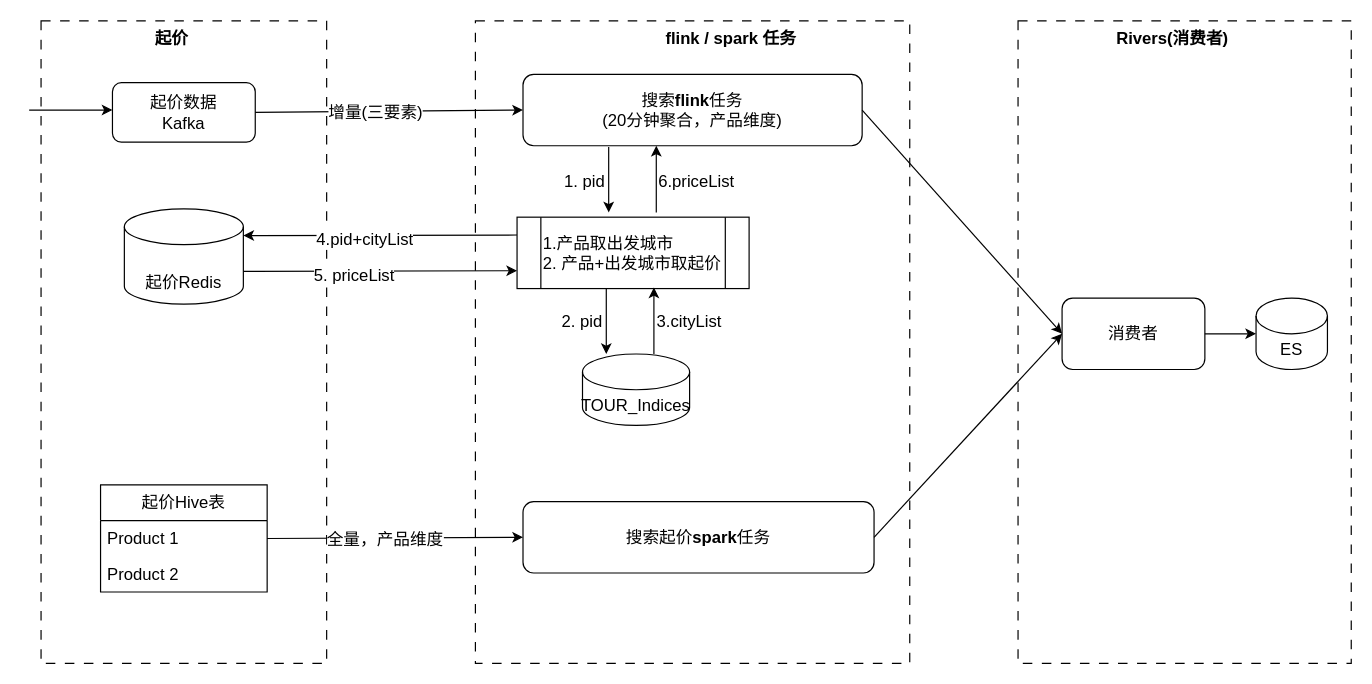
Above: 索引起价更新.drawio in haiyang1985/draw-io (draw.io), before the change. Source tidied: cells renumbered, new cells numbered last; positions are measured from the earlier drawing's top-left corner, leaving out a move shared by most shapes. Both pictures are drawn from the tidied source at 119%, with x=0, y=0 at pixel (29, 20).
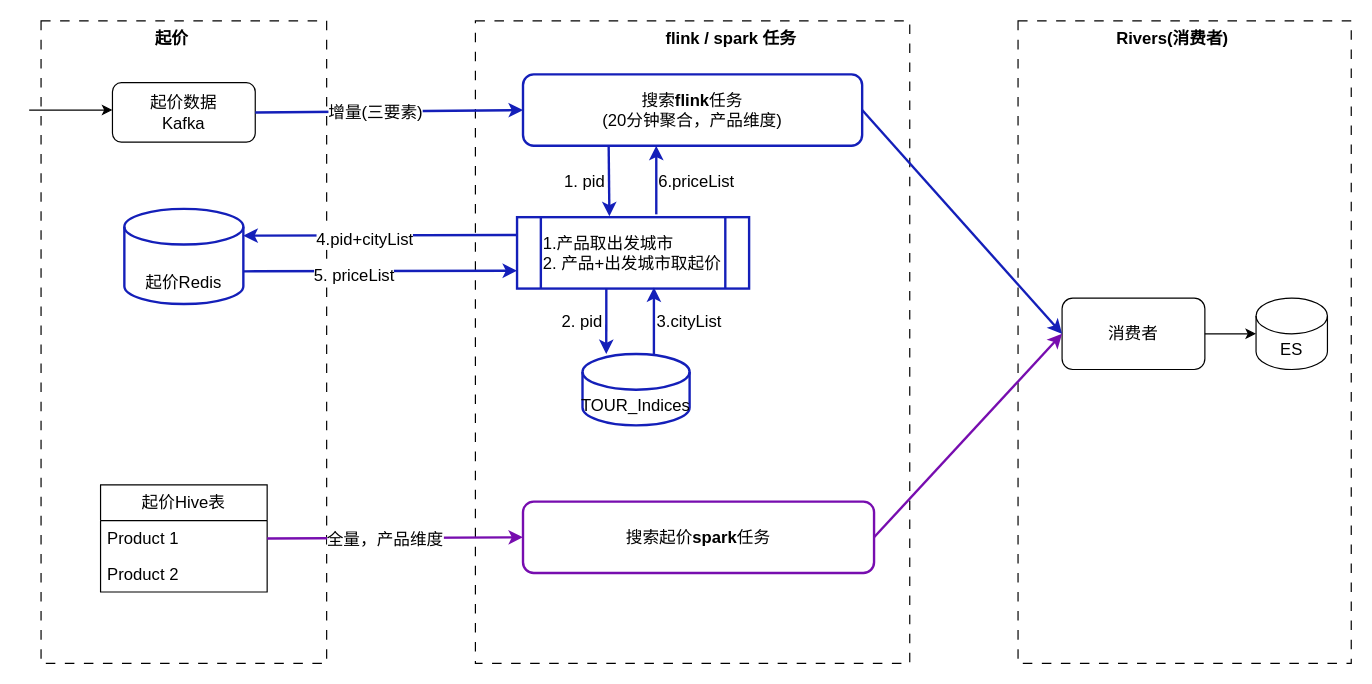
The same diagram, later.

Commit message:
更新索引起价更新.drawio

The change refers to these unchanged cells:
```xml
<mxCell id="8" value="起价数据&lt;div&gt;Kafka&lt;/div&gt;" style="rounded=1;whiteSpace=wrap;html=1;fontSize=14;" parent="1" vertex="1">
  <mxGeometry x="70" y="52" width="120" height="50" as="geometry" />
</mxCell>
<mxCell id="13" value="消费者" style="rounded=1;whiteSpace=wrap;html=1;fontSize=14;" parent="1" vertex="1">
  <mxGeometry x="868" y="233" width="120" height="60" as="geometry" />
</mxCell>
<mxCell id="33" value="Product 1" style="text;strokeColor=none;fillColor=none;align=left;verticalAlign=middle;spacingLeft=4;spacingRight=4;overflow=hidden;points=[[0,0.5],[1,0.5]];portConstraint=eastwest;whiteSpace=wrap;html=1;fontSize=14;" parent="32" vertex="1">
  <mxGeometry y="30" width="140" height="30" as="geometry" />
</mxCell>
```

Diff of the diagram source:
```diff
@@
-    <mxCell id="9" value="搜索&lt;b&gt;flink&lt;/b&gt;任务&lt;div&gt;(20分钟聚合，产品维度)&lt;/div&gt;" style="rounded=1;whiteSpace=wrap;html=1;fontSize=14;" parent="1" vertex="1">
+    <mxCell id="9" value="搜索&lt;b&gt;flink&lt;/b&gt;任务&lt;div&gt;(20分钟聚合，产品维度)&lt;/div&gt;" style="rounded=1;whiteSpace=wrap;html=1;fontSize=14;strokeColor=light-dark(#141FB9,#EDEDED);strokeWidth=2;" parent="1" vertex="1">
       <mxGeometry x="415" y="45" width="285" height="60" as="geometry" />
     </mxCell>
-    <mxCell id="10" style="endArrow=classic;html=1;rounded=0;exitX=1;exitY=0.5;exitDx=0;exitDy=0;entryX=0;entryY=0.5;entryDx=0;entryDy=0;fontSize=14;" parent="1" edge="1" source="8" target="9">
+    <mxCell id="10" style="endArrow=classic;html=1;rounded=0;exitX=1;exitY=0.5;exitDx=0;exitDy=0;entryX=0;entryY=0.5;entryDx=0;entryDy=0;fontSize=14;strokeColor=light-dark(#141FB9,#EDEDED);strokeWidth=2;" parent="1" edge="1" source="8" target="9">
       <mxGeometry relative="1" as="geometry" />
     </mxCell>
@@
-    <mxCell id="14" style="endArrow=classic;html=1;rounded=0;exitX=1;exitY=0.5;exitDx=0;exitDy=0;entryX=0;entryY=0.5;entryDx=0;entryDy=0;fontSize=14;" parent="1" edge="1" source="9" target="13">
+    <mxCell id="14" style="endArrow=classic;html=1;rounded=0;exitX=1;exitY=0.5;exitDx=0;exitDy=0;entryX=0;entryY=0.5;entryDx=0;entryDy=0;fontSize=14;strokeColor=light-dark(#141FB9,#EDEDED);strokeWidth=2;" parent="1" edge="1" source="9" target="13">
       <mxGeometry relative="1" as="geometry" />
     </mxCell>
@@
-    <mxCell id="16" value="&lt;div&gt;&lt;div class=&quot;old-record-id-NbmhdIVokoazy3xnzICccXbInMe&quot;&gt;TOUR_Indices&lt;/div&gt;&lt;/div&gt;&lt;span data-lark-record-data=&quot;{&amp;quot;rootId&amp;quot;:&amp;quot;E3Tqdnlf3o5lEfxBQr9c95AwnEf&amp;quot;,&amp;quot;text&amp;quot;:{&amp;quot;initialAttributedTexts&amp;quot;:{&amp;quot;text&amp;quot;:{&amp;quot;0&amp;quot;:&amp;quot;TOUR_Indices&amp;quot;},&amp;quot;attribs&amp;quot;:{&amp;quot;0&amp;quot;:&amp;quot;*0+c&amp;quot;}},&amp;quot;apool&amp;quot;:{&amp;quot;numToAttrib&amp;quot;:{&amp;quot;0&amp;quot;:[&amp;quot;author&amp;quot;,&amp;quot;7514862704348151811&amp;quot;]},&amp;quot;nextNum&amp;quot;:1}},&amp;quot;type&amp;quot;:&amp;quot;text&amp;quot;,&amp;quot;referenceRecordMap&amp;quot;:{},&amp;quot;extra&amp;quot;:{&amp;quot;channel&amp;quot;:&amp;quot;saas&amp;quot;,&amp;quot;isEqualBlockSelection&amp;quot;:false,&amp;quot;pasteRandomId&amp;quot;:&amp;quot;73dc063c-bffc-431a-b55b-ae562a93a724&amp;quot;,&amp;quot;mention_page_title&amp;quot;:{},&amp;quot;external_mention_url&amp;quot;:{}},&amp;quot;isKeepQuoteContainer&amp;quot;:false,&amp;quot;isFromCode&amp;quot;:false,&amp;quot;selection&amp;quot;:[{&amp;quot;id&amp;quot;:161,&amp;quot;type&amp;quot;:&amp;quot;text&amp;quot;,&amp;quot;selection&amp;quot;:{&amp;quot;start&amp;quot;:20,&amp;quot;end&amp;quot;:32},&amp;quot;recordId&amp;quot;:&amp;quot;NbmhdIVokoazy3xnzICccXbInMe&amp;quot;}],&amp;quot;payloadMap&amp;quot;:{},&amp;quot;isCut&amp;quot;:false}&quot; class=&quot;lark-record-clipboard&quot;&gt;&lt;/span&gt;" style="shape=cylinder3;whiteSpace=wrap;html=1;boundedLbl=1;backgroundOutline=1;size=15;fontSize=14;" parent="1" vertex="1">
+    <mxCell id="16" value="&lt;div&gt;&lt;div class=&quot;old-record-id-NbmhdIVokoazy3xnzICccXbInMe&quot;&gt;TOUR_Indices&lt;/div&gt;&lt;/div&gt;&lt;span data-lark-record-data=&quot;{&amp;quot;rootId&amp;quot;:&amp;quot;E3Tqdnlf3o5lEfxBQr9c95AwnEf&amp;quot;,&amp;quot;text&amp;quot;:{&amp;quot;initialAttributedTexts&amp;quot;:{&amp;quot;text&amp;quot;:{&amp;quot;0&amp;quot;:&amp;quot;TOUR_Indices&amp;quot;},&amp;quot;attribs&amp;quot;:{&amp;quot;0&amp;quot;:&amp;quot;*0+c&amp;quot;}},&amp;quot;apool&amp;quot;:{&amp;quot;numToAttrib&amp;quot;:{&amp;quot;0&amp;quot;:[&amp;quot;author&amp;quot;,&amp;quot;7514862704348151811&amp;quot;]},&amp;quot;nextNum&amp;quot;:1}},&amp;quot;type&amp;quot;:&amp;quot;text&amp;quot;,&amp;quot;referenceRecordMap&amp;quot;:{},&amp;quot;extra&amp;quot;:{&amp;quot;channel&amp;quot;:&amp;quot;saas&amp;quot;,&amp;quot;isEqualBlockSelection&amp;quot;:false,&amp;quot;pasteRandomId&amp;quot;:&amp;quot;73dc063c-bffc-431a-b55b-ae562a93a724&amp;quot;,&amp;quot;mention_page_title&amp;quot;:{},&amp;quot;external_mention_url&amp;quot;:{}},&amp;quot;isKeepQuoteContainer&amp;quot;:false,&amp;quot;isFromCode&amp;quot;:false,&amp;quot;selection&amp;quot;:[{&amp;quot;id&amp;quot;:161,&amp;quot;type&amp;quot;:&amp;quot;text&amp;quot;,&amp;quot;selection&amp;quot;:{&amp;quot;start&amp;quot;:20,&amp;quot;end&amp;quot;:32},&amp;quot;recordId&amp;quot;:&amp;quot;NbmhdIVokoazy3xnzICccXbInMe&amp;quot;}],&amp;quot;payloadMap&amp;quot;:{},&amp;quot;isCut&amp;quot;:false}&quot; class=&quot;lark-record-clipboard&quot;&gt;&lt;/span&gt;" style="shape=cylinder3;whiteSpace=wrap;html=1;boundedLbl=1;backgroundOutline=1;size=15;fontSize=14;strokeWidth=2;strokeColor=light-dark(#141FB9,#EDEDED);" parent="1" vertex="1">
       <mxGeometry x="465" y="280" width="90" height="60" as="geometry" />
     </mxCell>
-    <mxCell id="17" value="&lt;div&gt;&lt;div class=&quot;old-record-id-NbmhdIVokoazy3xnzICccXbInMe&quot;&gt;&lt;div&gt;&lt;div class=&quot;old-record-id-LIoNdeA58oORJnxvpQgcXSyWnAw&quot;&gt;&lt;span&gt;&lt;font style=&quot;color: rgb(0, 0, 0);&quot;&gt;&lt;br&gt;&lt;/font&gt;&lt;/span&gt;&lt;/div&gt;&lt;div class=&quot;old-record-id-LIoNdeA58oORJnxvpQgcXSyWnAw&quot;&gt;&lt;span&gt;&lt;font style=&quot;color: rgb(0, 0, 0);&quot;&gt;起价Redis&lt;/font&gt;&lt;/span&gt;&lt;/div&gt;&lt;/div&gt;&lt;span data-lark-record-data=&quot;{&amp;quot;rootId&amp;quot;:&amp;quot;E3Tqdnlf3o5lEfxBQr9c95AwnEf&amp;quot;,&amp;quot;text&amp;quot;:{&amp;quot;initialAttributedTexts&amp;quot;:{&amp;quot;text&amp;quot;:{&amp;quot;0&amp;quot;:&amp;quot;TOUR_PRICEENGINE_SCHEDULE &amp;quot;},&amp;quot;attribs&amp;quot;:{&amp;quot;0&amp;quot;:&amp;quot;*1*0+q&amp;quot;}},&amp;quot;apool&amp;quot;:{&amp;quot;numToAttrib&amp;quot;:{&amp;quot;0&amp;quot;:[&amp;quot;textHighlight&amp;quot;,&amp;quot;rgb(216,57,49)&amp;quot;],&amp;quot;1&amp;quot;:[&amp;quot;author&amp;quot;,&amp;quot;7514862704348151811&amp;quot;]},&amp;quot;nextNum&amp;quot;:2}},&amp;quot;type&amp;quot;:&amp;quot;text&amp;quot;,&amp;quot;referenceRecordMap&amp;quot;:{},&amp;quot;extra&amp;quot;:{&amp;quot;channel&amp;quot;:&amp;quot;saas&amp;quot;,&amp;quot;isEqualBlockSelection&amp;quot;:false,&amp;quot;pasteRandomId&amp;quot;:&amp;quot;31fc69ff-c882-4c0b-a564-73681091c8dd&amp;quot;,&amp;quot;mention_page_title&amp;quot;:{},&amp;quot;external_mention_url&amp;quot;:{}},&amp;quot;isKeepQuoteContainer&amp;quot;:false,&amp;quot;isFromCode&amp;quot;:false,&amp;quot;selection&amp;quot;:[{&amp;quot;id&amp;quot;:139,&amp;quot;type&amp;quot;:&amp;quot;text&amp;quot;,&amp;quot;selection&amp;quot;:{&amp;quot;start&amp;quot;:34,&amp;quot;end&amp;quot;:60},&amp;quot;recordId&amp;quot;:&amp;quot;LIoNdeA58oORJnxvpQgcXSyWnAw&amp;quot;}],&amp;quot;payloadMap&amp;quot;:{},&amp;quot;isCut&amp;quot;:false}&quot; class=&quot;lark-record-clipboard&quot;&gt;&lt;/span&gt;&lt;/div&gt;&lt;/div&gt;&lt;span data-lark-record-data=&quot;{&amp;quot;rootId&amp;quot;:&amp;quot;E3Tqdnlf3o5lEfxBQr9c95AwnEf&amp;quot;,&amp;quot;text&amp;quot;:{&amp;quot;initialAttributedTexts&amp;quot;:{&amp;quot;text&amp;quot;:{&amp;quot;0&amp;quot;:&amp;quot;TOUR_Indices&amp;quot;},&amp;quot;attribs&amp;quot;:{&amp;quot;0&amp;quot;:&amp;quot;*0+c&amp;quot;}},&amp;quot;apool&amp;quot;:{&amp;quot;numToAttrib&amp;quot;:{&amp;quot;0&amp;quot;:[&amp;quot;author&amp;quot;,&amp;quot;7514862704348151811&amp;quot;]},&amp;quot;nextNum&amp;quot;:1}},&amp;quot;type&amp;quot;:&amp;quot;text&amp;quot;,&amp;quot;referenceRecordMap&amp;quot;:{},&amp;quot;extra&amp;quot;:{&amp;quot;channel&amp;quot;:&amp;quot;saas&amp;quot;,&amp;quot;isEqualBlockSelection&amp;quot;:false,&amp;quot;pasteRandomId&amp;quot;:&amp;quot;73dc063c-bffc-431a-b55b-ae562a93a724&amp;quot;,&amp;quot;mention_page_title&amp;quot;:{},&amp;quot;external_mention_url&amp;quot;:{}},&amp;quot;isKeepQuoteContainer&amp;quot;:false,&amp;quot;isFromCode&amp;quot;:false,&amp;quot;selection&amp;quot;:[{&amp;quot;id&amp;quot;:161,&amp;quot;type&amp;quot;:&amp;quot;text&amp;quot;,&amp;quot;selection&amp;quot;:{&amp;quot;start&amp;quot;:20,&amp;quot;end&amp;quot;:32},&amp;quot;recordId&amp;quot;:&amp;quot;NbmhdIVokoazy3xnzICccXbInMe&amp;quot;}],&amp;quot;payloadMap&amp;quot;:{},&amp;quot;isCut&amp;quot;:false}&quot; class=&quot;lark-record-clipboard&quot;&gt;&lt;/span&gt;" style="shape=cylinder3;whiteSpace=wrap;html=1;boundedLbl=1;backgroundOutline=1;size=15;fontSize=14;" parent="1" vertex="1">
+    <mxCell id="17" value="&lt;div&gt;&lt;div class=&quot;old-record-id-NbmhdIVokoazy3xnzICccXbInMe&quot;&gt;&lt;div&gt;&lt;div class=&quot;old-record-id-LIoNdeA58oORJnxvpQgcXSyWnAw&quot;&gt;&lt;span&gt;&lt;font style=&quot;color: rgb(0, 0, 0);&quot;&gt;&lt;br&gt;&lt;/font&gt;&lt;/span&gt;&lt;/div&gt;&lt;div class=&quot;old-record-id-LIoNdeA58oORJnxvpQgcXSyWnAw&quot;&gt;&lt;span&gt;&lt;font style=&quot;color: rgb(0, 0, 0);&quot;&gt;起价Redis&lt;/font&gt;&lt;/span&gt;&lt;/div&gt;&lt;/div&gt;&lt;span data-lark-record-data=&quot;{&amp;quot;rootId&amp;quot;:&amp;quot;E3Tqdnlf3o5lEfxBQr9c95AwnEf&amp;quot;,&amp;quot;text&amp;quot;:{&amp;quot;initialAttributedTexts&amp;quot;:{&amp;quot;text&amp;quot;:{&amp;quot;0&amp;quot;:&amp;quot;TOUR_PRICEENGINE_SCHEDULE &amp;quot;},&amp;quot;attribs&amp;quot;:{&amp;quot;0&amp;quot;:&amp;quot;*1*0+q&amp;quot;}},&amp;quot;apool&amp;quot;:{&amp;quot;numToAttrib&amp;quot;:{&amp;quot;0&amp;quot;:[&amp;quot;textHighlight&amp;quot;,&amp;quot;rgb(216,57,49)&amp;quot;],&amp;quot;1&amp;quot;:[&amp;quot;author&amp;quot;,&amp;quot;7514862704348151811&amp;quot;]},&amp;quot;nextNum&amp;quot;:2}},&amp;quot;type&amp;quot;:&amp;quot;text&amp;quot;,&amp;quot;referenceRecordMap&amp;quot;:{},&amp;quot;extra&amp;quot;:{&amp;quot;channel&amp;quot;:&amp;quot;saas&amp;quot;,&amp;quot;isEqualBlockSelection&amp;quot;:false,&amp;quot;pasteRandomId&amp;quot;:&amp;quot;31fc69ff-c882-4c0b-a564-73681091c8dd&amp;quot;,&amp;quot;mention_page_title&amp;quot;:{},&amp;quot;external_mention_url&amp;quot;:{}},&amp;quot;isKeepQuoteContainer&amp;quot;:false,&amp;quot;isFromCode&amp;quot;:false,&amp;quot;selection&amp;quot;:[{&amp;quot;id&amp;quot;:139,&amp;quot;type&amp;quot;:&amp;quot;text&amp;quot;,&amp;quot;selection&amp;quot;:{&amp;quot;start&amp;quot;:34,&amp;quot;end&amp;quot;:60},&amp;quot;recordId&amp;quot;:&amp;quot;LIoNdeA58oORJnxvpQgcXSyWnAw&amp;quot;}],&amp;quot;payloadMap&amp;quot;:{},&amp;quot;isCut&amp;quot;:false}&quot; class=&quot;lark-record-clipboard&quot;&gt;&lt;/span&gt;&lt;/div&gt;&lt;/div&gt;&lt;span data-lark-record-data=&quot;{&amp;quot;rootId&amp;quot;:&amp;quot;E3Tqdnlf3o5lEfxBQr9c95AwnEf&amp;quot;,&amp;quot;text&amp;quot;:{&amp;quot;initialAttributedTexts&amp;quot;:{&amp;quot;text&amp;quot;:{&amp;quot;0&amp;quot;:&amp;quot;TOUR_Indices&amp;quot;},&amp;quot;attribs&amp;quot;:{&amp;quot;0&amp;quot;:&amp;quot;*0+c&amp;quot;}},&amp;quot;apool&amp;quot;:{&amp;quot;numToAttrib&amp;quot;:{&amp;quot;0&amp;quot;:[&amp;quot;author&amp;quot;,&amp;quot;7514862704348151811&amp;quot;]},&amp;quot;nextNum&amp;quot;:1}},&amp;quot;type&amp;quot;:&amp;quot;text&amp;quot;,&amp;quot;referenceRecordMap&amp;quot;:{},&amp;quot;extra&amp;quot;:{&amp;quot;channel&amp;quot;:&amp;quot;saas&amp;quot;,&amp;quot;isEqualBlockSelection&amp;quot;:false,&amp;quot;pasteRandomId&amp;quot;:&amp;quot;73dc063c-bffc-431a-b55b-ae562a93a724&amp;quot;,&amp;quot;mention_page_title&amp;quot;:{},&amp;quot;external_mention_url&amp;quot;:{}},&amp;quot;isKeepQuoteContainer&amp;quot;:false,&amp;quot;isFromCode&amp;quot;:false,&amp;quot;selection&amp;quot;:[{&amp;quot;id&amp;quot;:161,&amp;quot;type&amp;quot;:&amp;quot;text&amp;quot;,&amp;quot;selection&amp;quot;:{&amp;quot;start&amp;quot;:20,&amp;quot;end&amp;quot;:32},&amp;quot;recordId&amp;quot;:&amp;quot;NbmhdIVokoazy3xnzICccXbInMe&amp;quot;}],&amp;quot;payloadMap&amp;quot;:{},&amp;quot;isCut&amp;quot;:false}&quot; class=&quot;lark-record-clipboard&quot;&gt;&lt;/span&gt;" style="shape=cylinder3;whiteSpace=wrap;html=1;boundedLbl=1;backgroundOutline=1;size=15;fontSize=14;strokeWidth=2;strokeColor=light-dark(#141FB9,#EDEDED);" parent="1" vertex="1">
       <mxGeometry x="80" y="158" width="100" height="80" as="geometry" />
     </mxCell>
-    <mxCell id="18" style="endArrow=classic;html=1;rounded=0;entryX=1;entryY=0;entryDx=0;entryDy=22.5;entryPerimeter=0;exitX=0;exitY=0.25;exitDx=0;exitDy=0;fontSize=14;" parent="1" edge="1" source="20" target="17">
+    <mxCell id="18" style="endArrow=classic;html=1;rounded=0;entryX=1;entryY=0;entryDx=0;entryDy=22.5;entryPerimeter=0;exitX=0;exitY=0.25;exitDx=0;exitDy=0;fontSize=14;strokeColor=light-dark(#141FB9,#EDEDED);strokeWidth=2;" parent="1" edge="1" source="20" target="17">
       <mxGeometry relative="1" as="geometry" />
     </mxCell>
@@
-    <mxCell id="20" value="1.产品取出发城市&lt;div&gt;2. 产品+出发城市取起价&lt;/div&gt;" style="shape=process;whiteSpace=wrap;html=1;backgroundOutline=1;fontSize=14;align=left;" parent="1" vertex="1">
+    <mxCell id="20" value="1.产品取出发城市&lt;div&gt;2. 产品+出发城市取起价&lt;/div&gt;" style="shape=process;whiteSpace=wrap;html=1;backgroundOutline=1;fontSize=14;align=left;strokeColor=light-dark(#141FB9,#EDEDED);strokeWidth=2;" parent="1" vertex="1">
       <mxGeometry x="410" y="165" width="195" height="60" as="geometry" />
     </mxCell>
-    <mxCell id="21" style="endArrow=classic;html=1;rounded=0;exitX=1;exitY=0;exitDx=0;exitDy=52.5;exitPerimeter=0;entryX=0;entryY=0.75;entryDx=0;entryDy=0;fontSize=14;" parent="1" edge="1" source="17" target="20">
+    <mxCell id="21" style="endArrow=classic;html=1;rounded=0;exitX=1;exitY=0;exitDx=0;exitDy=52.5;exitPerimeter=0;entryX=0;entryY=0.75;entryDx=0;entryDy=0;fontSize=14;strokeColor=light-dark(#141FB9,#EDEDED);strokeWidth=2;" parent="1" edge="1" source="17" target="20">
       <mxGeometry relative="1" as="geometry" />
     </mxCell>
@@
-    <mxCell id="24" style="endArrow=classic;html=1;rounded=0;entryX=0.222;entryY=0;entryDx=0;entryDy=0;entryPerimeter=0;fontSize=14;" parent="1" edge="1" target="16">
+    <mxCell id="24" style="endArrow=classic;html=1;rounded=0;entryX=0.222;entryY=0;entryDx=0;entryDy=0;entryPerimeter=0;fontSize=14;strokeColor=light-dark(#141FB9,#EDEDED);strokeWidth=2;" parent="1" edge="1" target="16">
       <mxGeometry relative="1" as="geometry">
         <mxPoint x="485" y="225" as="sourcePoint" />
       </mxGeometry>
     </mxCell>
-    <mxCell id="25" style="endArrow=classic;html=1;rounded=0;fontSize=14;" parent="1" edge="1">
+    <mxCell id="25" style="endArrow=classic;html=1;rounded=0;fontSize=14;strokeColor=light-dark(#141FB9,#EDEDED);strokeWidth=2;" parent="1" edge="1">
       <mxGeometry relative="1" as="geometry">
         <mxPoint x="525" y="280" as="sourcePoint" />
         <mxPoint x="525" y="224" as="targetPoint" />
       </mxGeometry>
     </mxCell>
-    <mxCell id="26" style="endArrow=classic;html=1;rounded=0;entryX=0.222;entryY=0;entryDx=0;entryDy=0;entryPerimeter=0;fontSize=14;" parent="1" edge="1">
+    <mxCell id="26" style="endArrow=classic;html=1;rounded=0;entryX=0.398;entryY=-0.012;entryDx=0;entryDy=0;entryPerimeter=0;fontSize=14;strokeColor=light-dark(#141FB9,#EDEDED);strokeWidth=2;" parent="1" edge="1" target="20">
       <mxGeometry relative="1" as="geometry">
         <mxPoint x="487" y="106" as="sourcePoint" />
-        <mxPoint x="487" y="161" as="targetPoint" />
       </mxGeometry>
     </mxCell>
-    <mxCell id="27" style="endArrow=classic;html=1;rounded=0;fontSize=14;" parent="1" edge="1">
+    <mxCell id="27" style="endArrow=classic;html=1;rounded=0;fontSize=14;strokeColor=light-dark(#141FB9,#EDEDED);strokeWidth=2;exitX=0.6;exitY=-0.04;exitDx=0;exitDy=0;exitPerimeter=0;" parent="1" edge="1" source="20">
       <mxGeometry relative="1" as="geometry">
-        <mxPoint x="527" y="161" as="sourcePoint" />
         <mxPoint x="527" y="105" as="targetPoint" />
       </mxGeometry>
     </mxCell>
@@
-    <mxCell id="35" value="搜索起价&lt;b&gt;spark&lt;/b&gt;任务" style="rounded=1;whiteSpace=wrap;html=1;fontSize=14;" parent="1" vertex="1">
+    <mxCell id="35" value="搜索起价&lt;b&gt;spark&lt;/b&gt;任务" style="rounded=1;whiteSpace=wrap;html=1;fontSize=14;strokeWidth=2;strokeColor=light-dark(#770daf, #ededed);" parent="1" vertex="1">
       <mxGeometry x="415" y="404" width="295" height="60" as="geometry" />
     </mxCell>
-    <mxCell id="36" style="endArrow=classic;html=1;rounded=0;exitX=1;exitY=0.5;exitDx=0;exitDy=0;entryX=0;entryY=0.5;entryDx=0;entryDy=0;fontSize=14;" parent="1" edge="1" source="33" target="35">
+    <mxCell id="36" style="endArrow=classic;html=1;rounded=0;exitX=1;exitY=0.5;exitDx=0;exitDy=0;entryX=0;entryY=0.5;entryDx=0;entryDy=0;fontSize=14;strokeWidth=2;strokeColor=light-dark(#770daf, #ededed);" parent="1" edge="1" source="33" target="35">
       <mxGeometry relative="1" as="geometry" />
     </mxCell>
@@
-    <mxCell id="38" style="endArrow=classic;html=1;rounded=0;entryX=0;entryY=0.5;entryDx=0;entryDy=0;exitX=1;exitY=0.5;exitDx=0;exitDy=0;fontSize=14;" parent="1" edge="1" source="35" target="13">
+    <mxCell id="38" style="endArrow=classic;html=1;rounded=0;entryX=0;entryY=0.5;entryDx=0;entryDy=0;exitX=1;exitY=0.5;exitDx=0;exitDy=0;fontSize=14;strokeWidth=2;strokeColor=light-dark(#770daf, #ededed);" parent="1" edge="1" source="35" target="13">
       <mxGeometry relative="1" as="geometry" />
     </mxCell>
```
